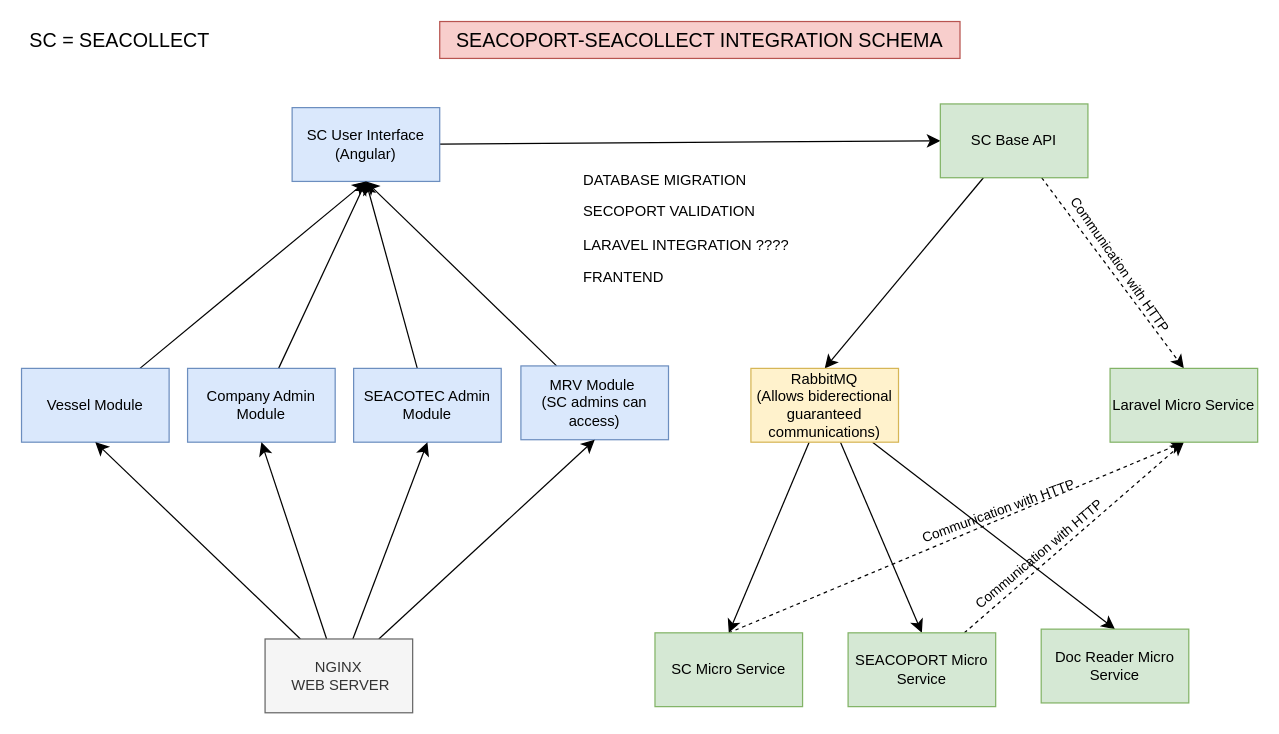
dagistan-tuncbilek/tasarimlar keeps this draw.io diagram as page "SC-MRV" (9 of 9) of mrvtool.drawio. Above is the earlier version. Source tidied: cells renumbered, new cells numbered last; positions are measured from the earlier drawing's top-left corner, leaving out a move shared by most shapes. Both pictures are drawn from the tidied source at 123%, with x=0, y=0 at pixel (21, 21).
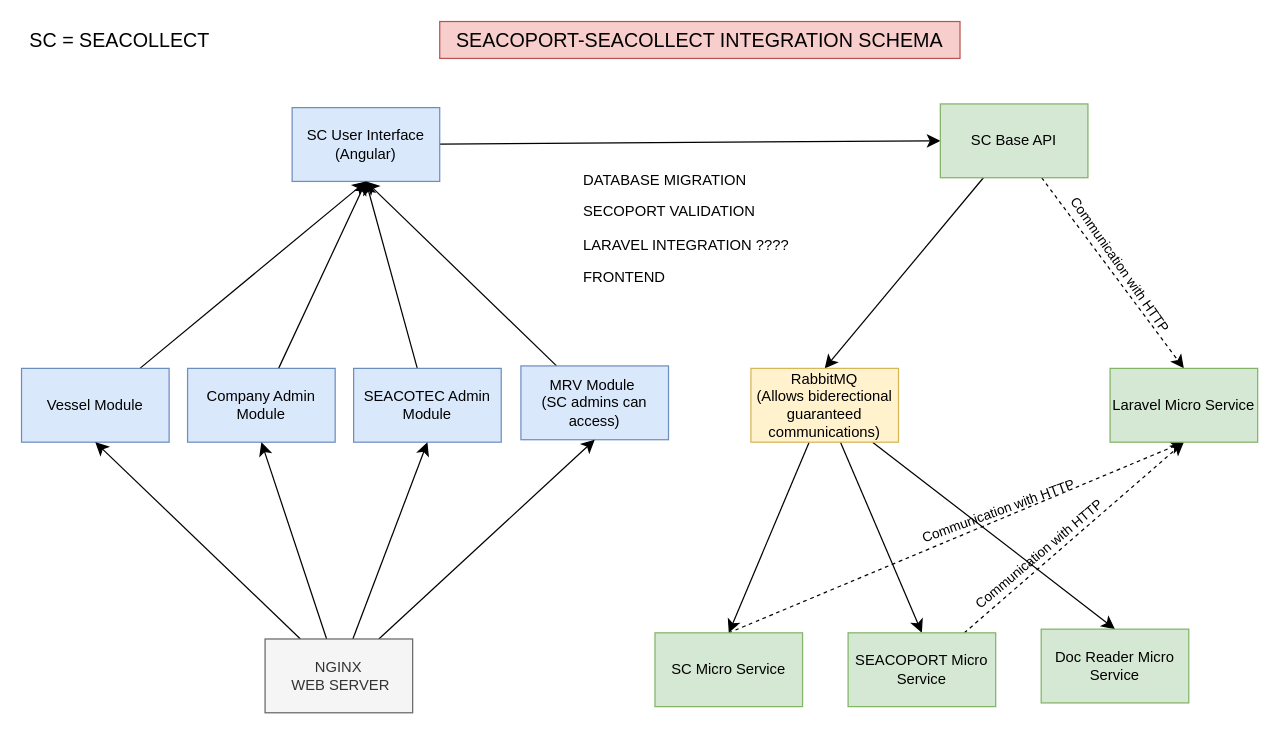
The same diagram, later.

The edit, as a diff of the source:
```diff
@@
-    <mxCell id="35" value="&lt;p&gt;DATABASE MIGRATION&lt;/p&gt;&lt;p&gt;SECOPORT VALIDATION&lt;/p&gt;&lt;p&gt;LARAVEL INTEGRATION ????&lt;/p&gt;&lt;p&gt;FRANTEND&lt;br&gt;&lt;/p&gt;" style="text;html=1;whiteSpace=wrap;overflow=hidden;rounded=0;" parent="1" vertex="1">
+    <mxCell id="35" value="&lt;p&gt;DATABASE MIGRATION&lt;/p&gt;&lt;p&gt;SECOPORT VALIDATION&lt;/p&gt;&lt;p&gt;LARAVEL INTEGRATION ????&lt;/p&gt;&lt;p&gt;FRONTEND&lt;br&gt;&lt;/p&gt;" style="text;html=1;whiteSpace=wrap;overflow=hidden;rounded=0;" parent="1" vertex="1">
       <mxGeometry x="455" y="103" width="185" height="153" as="geometry" />
     </mxCell>
```
